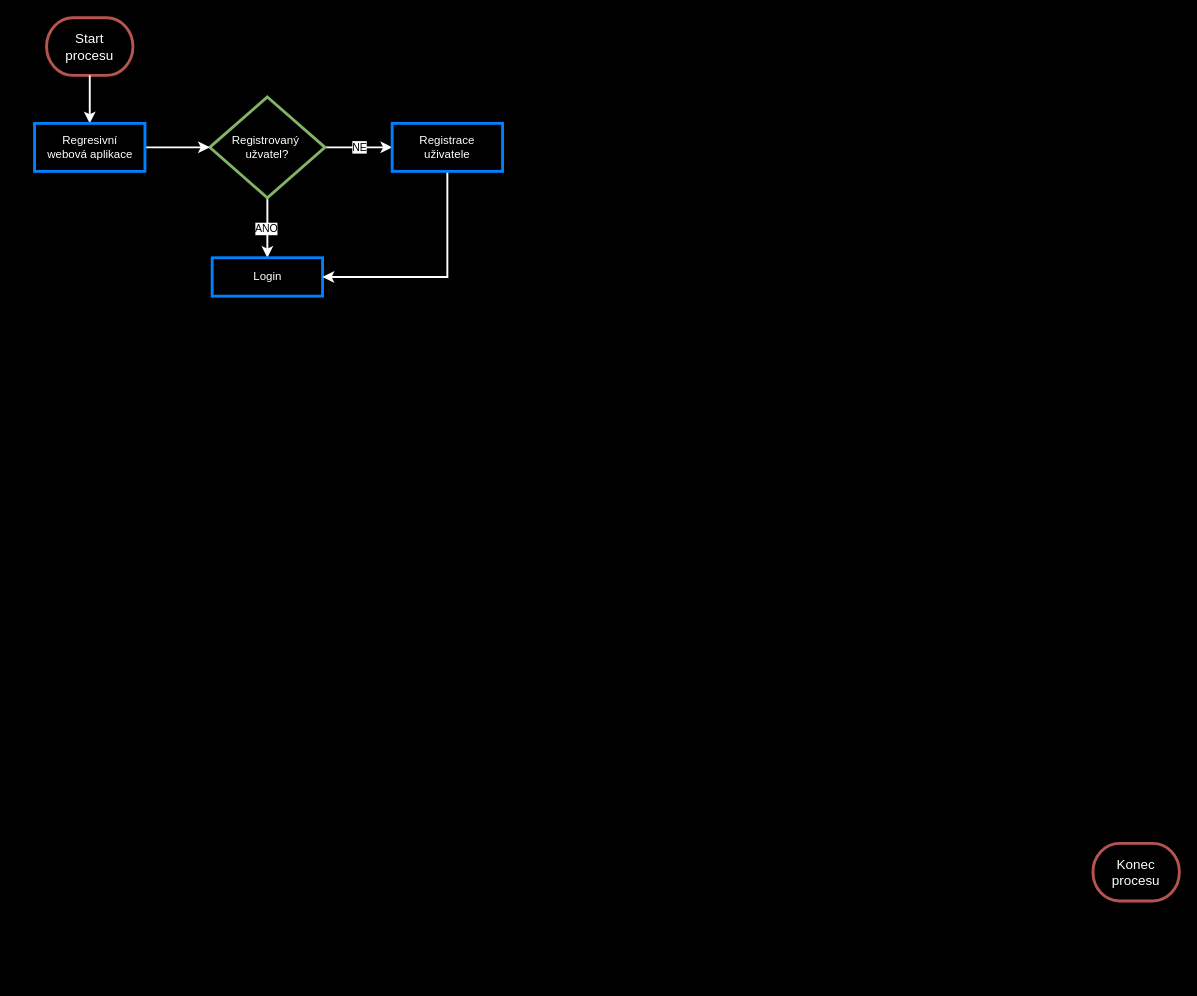
Earlier version of the draw.io diagram asseco_solutions/asseco_solution_case_study_v1.drawio (janbavor/drawio). Source tidied: cells renumbered, new cells numbered last; positions are measured from the earlier drawing's top-left corner, leaving out a move shared by most shapes. Both pictures are drawn from the tidied source at 96%, with x=0, y=0 at pixel (35, 17).
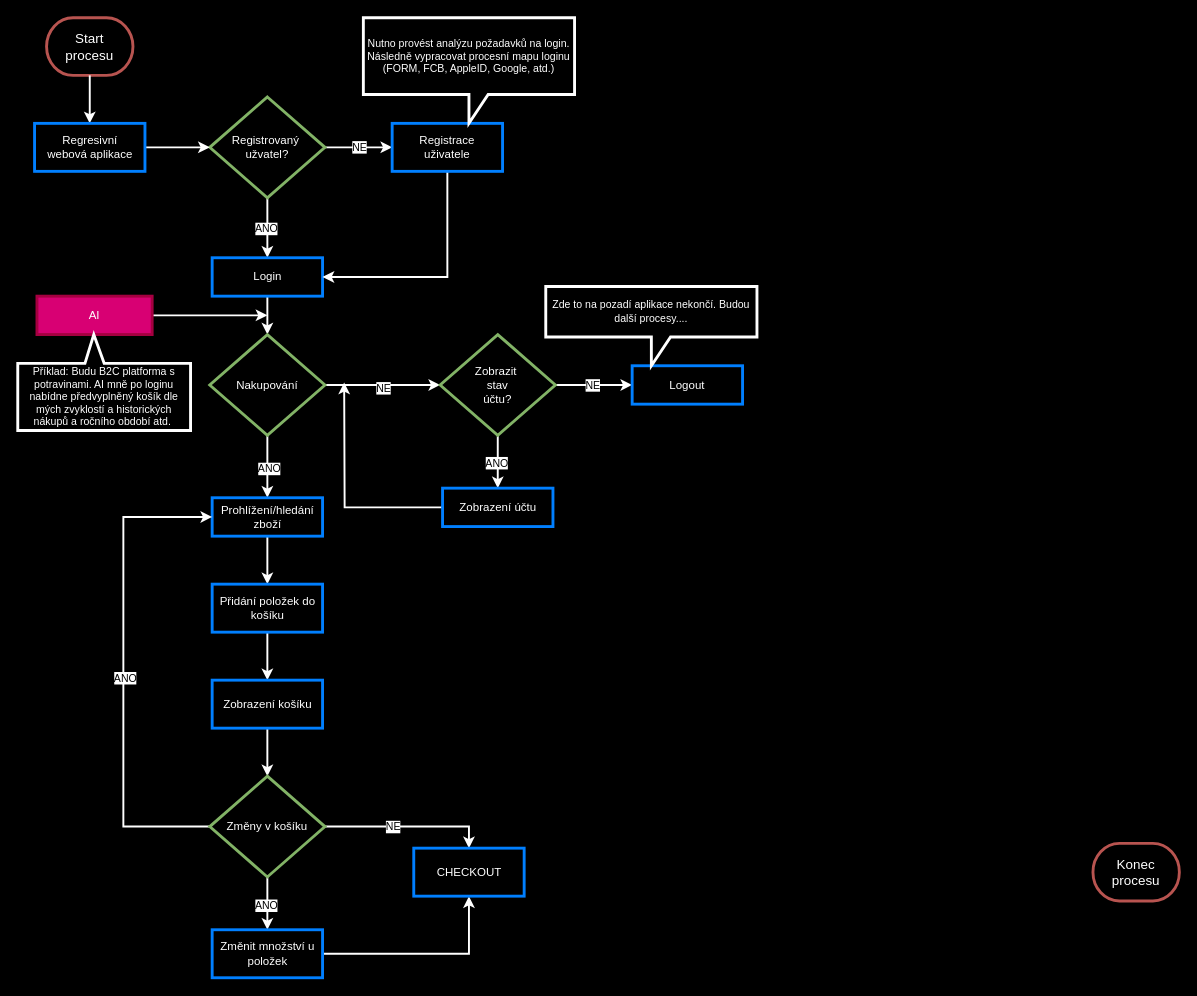
Above is the later version.

Unchanged cells that the change refers to:
```xml
<mxCell id="13" value="&lt;font color=&quot;#ffffff&quot;&gt;Login&lt;/font&gt;" style="whiteSpace=wrap;html=1;fillColor=none;strokeColor=#007FFF;strokeWidth=3;fillStyle=auto;" parent="1" vertex="1">
  <mxGeometry x="184.5" y="250" width="115" height="40" as="geometry" />
</mxCell>
```

Change to the diagram source:
```diff
@@
+    <mxCell id="19" style="edgeStyle=orthogonalEdgeStyle;shape=connector;rounded=0;jettySize=auto;html=1;entryX=0.5;entryY=0;entryDx=0;entryDy=0;labelBackgroundColor=default;strokeColor=#FFFFFF;strokeWidth=2;align=center;verticalAlign=middle;fontFamily=Helvetica;fontSize=11;fontColor=default;endArrow=classic;" parent="1" edge="1" source="13" target="24">
+      <mxGeometry relative="1" as="geometry" />
+    </mxCell>
@@
+    <mxCell id="20" style="edgeStyle=orthogonalEdgeStyle;shape=connector;rounded=0;jettySize=auto;html=1;exitX=1;exitY=0.5;exitDx=0;exitDy=0;entryX=0;entryY=0.5;entryDx=0;entryDy=0;labelBackgroundColor=default;strokeColor=#FFFFFF;strokeWidth=2;align=center;verticalAlign=middle;fontFamily=Helvetica;fontSize=11;fontColor=default;endArrow=classic;" parent="1" edge="1" source="24" target="29">
+      <mxGeometry relative="1" as="geometry" />
+    </mxCell>
+    <mxCell id="21" value="NE" style="edgeLabel;html=1;align=center;verticalAlign=middle;fontSize=11;fontFamily=Helvetica;fontColor=default;" parent="20" vertex="1">
+      <mxGeometry y="-3" relative="1" as="geometry" />
+    </mxCell>
+    <mxCell id="22" style="edgeStyle=orthogonalEdgeStyle;shape=connector;rounded=0;jettySize=auto;html=1;entryX=0.5;entryY=0;entryDx=0;entryDy=0;labelBackgroundColor=default;strokeColor=#FFFFFF;strokeWidth=2;align=center;verticalAlign=middle;fontFamily=Helvetica;fontSize=11;fontColor=default;endArrow=classic;" parent="1" edge="1" source="24" target="36">
+      <mxGeometry relative="1" as="geometry" />
+    </mxCell>
+    <mxCell id="23" value="&lt;span style=&quot;white-space: pre;&quot;&gt;ANO&lt;/span&gt;" style="edgeLabel;html=1;align=center;verticalAlign=middle;fontSize=11;fontFamily=Helvetica;fontColor=default;" parent="22" vertex="1">
+      <mxGeometry x="0.05" y="1" relative="1" as="geometry" />
+    </mxCell>
+    <mxCell id="24" value="&lt;font color=&quot;#ffffff&quot;&gt;Nakupování&lt;br&gt;&lt;/font&gt;" style="rhombus;whiteSpace=wrap;html=1;fillColor=none;strokeColor=#82b366;strokeWidth=3;fillStyle=auto;" parent="1" vertex="1">
+      <mxGeometry x="182" y="330" width="120" height="105" as="geometry" />
+    </mxCell>
+    <mxCell id="25" style="edgeStyle=orthogonalEdgeStyle;shape=connector;rounded=0;jettySize=auto;html=1;exitX=1;exitY=0.5;exitDx=0;exitDy=0;labelBackgroundColor=default;strokeColor=#FFFFFF;strokeWidth=2;align=center;verticalAlign=middle;fontFamily=Helvetica;fontSize=11;fontColor=default;endArrow=classic;" parent="1" edge="1" source="29" target="30">
+      <mxGeometry relative="1" as="geometry" />
+    </mxCell>
+    <mxCell id="26" value="NE" style="edgeLabel;html=1;align=center;verticalAlign=middle;fontSize=11;fontFamily=Helvetica;fontColor=default;" parent="25" vertex="1">
+      <mxGeometry x="-0.04" relative="1" as="geometry" />
+    </mxCell>
+    <mxCell id="27" style="edgeStyle=orthogonalEdgeStyle;shape=connector;rounded=0;jettySize=auto;html=1;exitX=0.5;exitY=1;exitDx=0;exitDy=0;entryX=0.5;entryY=0;entryDx=0;entryDy=0;labelBackgroundColor=default;strokeColor=#FFFFFF;strokeWidth=2;align=center;verticalAlign=middle;fontFamily=Helvetica;fontSize=11;fontColor=default;endArrow=classic;" parent="1" edge="1" source="29" target="32">
+      <mxGeometry relative="1" as="geometry" />
+    </mxCell>
+    <mxCell id="28" value="ANO" style="edgeLabel;html=1;align=center;verticalAlign=middle;fontSize=11;fontFamily=Helvetica;fontColor=default;" parent="27" vertex="1">
+      <mxGeometry y="-2" relative="1" as="geometry" />
+    </mxCell>
+    <mxCell id="29" value="&lt;font color=&quot;#ffffff&quot;&gt;Zobrazit&amp;nbsp;&lt;br&gt;stav&lt;br&gt;účtu?&lt;br&gt;&lt;/font&gt;" style="rhombus;whiteSpace=wrap;html=1;fillColor=none;strokeColor=#82b366;strokeWidth=3;fillStyle=auto;" parent="1" vertex="1">
+      <mxGeometry x="422" y="330" width="120" height="105" as="geometry" />
+    </mxCell>
+    <mxCell id="30" value="&lt;font color=&quot;#ffffff&quot;&gt;Logout&lt;/font&gt;" style="whiteSpace=wrap;html=1;fillColor=none;strokeColor=#007FFF;strokeWidth=3;fillStyle=auto;" parent="1" vertex="1">
+      <mxGeometry x="622" y="362.5" width="115" height="40" as="geometry" />
+    </mxCell>
+    <mxCell id="31" style="edgeStyle=orthogonalEdgeStyle;shape=connector;rounded=0;jettySize=auto;html=1;labelBackgroundColor=default;strokeColor=#FFFFFF;strokeWidth=2;align=center;verticalAlign=middle;fontFamily=Helvetica;fontSize=11;fontColor=default;endArrow=classic;" parent="1" edge="1" source="32">
+      <mxGeometry relative="1" as="geometry">
+        <mxPoint x="322" y="380" as="targetPoint" />
+      </mxGeometry>
+    </mxCell>
+    <mxCell id="32" value="&lt;font color=&quot;#ffffff&quot;&gt;Zobrazení účtu&lt;/font&gt;" style="whiteSpace=wrap;html=1;fillColor=none;strokeColor=#007FFF;strokeWidth=3;fillStyle=auto;" parent="1" vertex="1">
+      <mxGeometry x="424.5" y="490" width="115" height="40" as="geometry" />
+    </mxCell>
+    <mxCell id="33" style="edgeStyle=orthogonalEdgeStyle;shape=connector;rounded=0;jettySize=auto;html=1;labelBackgroundColor=default;strokeColor=#FFFFFF;strokeWidth=2;align=center;verticalAlign=middle;fontFamily=Helvetica;fontSize=11;fontColor=default;endArrow=classic;" parent="1" edge="1" source="34">
+      <mxGeometry relative="1" as="geometry">
+        <mxPoint x="242" y="310" as="targetPoint" />
+      </mxGeometry>
+    </mxCell>
+    <mxCell id="34" value="&lt;font color=&quot;#ffffff&quot;&gt;AI&lt;/font&gt;" style="whiteSpace=wrap;html=1;fillColor=#d80073;strokeColor=#A50040;strokeWidth=3;fillStyle=auto;glass=0;fontColor=#ffffff;" parent="1" vertex="1">
+      <mxGeometry x="2" y="290" width="120" height="40" as="geometry" />
+    </mxCell>
+    <mxCell id="35" style="edgeStyle=orthogonalEdgeStyle;shape=connector;rounded=0;jettySize=auto;html=1;entryX=0.5;entryY=0;entryDx=0;entryDy=0;labelBackgroundColor=default;strokeColor=#FFFFFF;strokeWidth=2;align=center;verticalAlign=middle;fontFamily=Helvetica;fontSize=11;fontColor=default;endArrow=classic;" parent="1" edge="1" source="36" target="41">
+      <mxGeometry relative="1" as="geometry" />
+    </mxCell>
+    <mxCell id="36" value="&lt;font color=&quot;#ffffff&quot;&gt;Prohlížení/hledání&lt;br&gt;zboží&lt;br&gt;&lt;/font&gt;" style="whiteSpace=wrap;html=1;fillColor=none;strokeColor=#007FFF;strokeWidth=3;fillStyle=auto;" parent="1" vertex="1">
+      <mxGeometry x="184.5" y="500" width="115" height="40" as="geometry" />
+    </mxCell>
+    <mxCell id="37" value="Nutno provést analýzu požadavků na login. Následně vypracovat procesní mapu loginu (FORM, FCB, AppleID, Google, atd.)" style="shape=callout;whiteSpace=wrap;html=1;perimeter=calloutPerimeter;fontFamily=Helvetica;fontSize=11;fillColor=none;strokeColor=#FFFFFF;fontColor=#FFFFFF;strokeWidth=3;" parent="1" vertex="1">
+      <mxGeometry x="342" width="220" height="110" as="geometry" />
+    </mxCell>
+    <mxCell id="38" value="Příklad: Budu B2C platforma s potravinami. AI mně po loginu nabídne předvyplněný košík dle mých zvyklostí a historických nákupů a ročního období atd.&amp;nbsp;" style="shape=callout;whiteSpace=wrap;html=1;perimeter=calloutPerimeter;fontFamily=Helvetica;fontSize=11;fillColor=none;strokeColor=#FFFFFF;fontColor=#FFFFFF;strokeWidth=3;position2=0.56;direction=west;" parent="1" vertex="1">
+      <mxGeometry x="-18" y="330" width="180" height="100" as="geometry" />
+    </mxCell>
+    <mxCell id="39" value="Zde to na pozadí aplikace nekončí. Budou další procesy...." style="shape=callout;whiteSpace=wrap;html=1;perimeter=calloutPerimeter;fontFamily=Helvetica;fontSize=11;fillColor=none;strokeColor=#FFFFFF;fontColor=#FFFFFF;strokeWidth=3;" parent="1" vertex="1">
+      <mxGeometry x="532" y="280" width="220" height="82.5" as="geometry" />
+    </mxCell>
+    <mxCell id="40" style="edgeStyle=orthogonalEdgeStyle;shape=connector;rounded=0;jettySize=auto;html=1;entryX=0.5;entryY=0;entryDx=0;entryDy=0;labelBackgroundColor=default;strokeColor=#FFFFFF;strokeWidth=2;align=center;verticalAlign=middle;fontFamily=Helvetica;fontSize=11;fontColor=default;endArrow=classic;" parent="1" edge="1" source="41" target="43">
+      <mxGeometry relative="1" as="geometry" />
+    </mxCell>
+    <mxCell id="41" value="&lt;font color=&quot;#ffffff&quot;&gt;Přidání položek do košíku&lt;br&gt;&lt;/font&gt;" style="whiteSpace=wrap;html=1;fillColor=none;strokeColor=#007FFF;strokeWidth=3;fillStyle=auto;" parent="1" vertex="1">
+      <mxGeometry x="184.5" y="590" width="115" height="50" as="geometry" />
+    </mxCell>
+    <mxCell id="42" style="edgeStyle=orthogonalEdgeStyle;shape=connector;rounded=0;jettySize=auto;html=1;exitX=0.5;exitY=1;exitDx=0;exitDy=0;entryX=0.5;entryY=0;entryDx=0;entryDy=0;labelBackgroundColor=default;strokeColor=#FFFFFF;strokeWidth=2;align=center;verticalAlign=middle;fontFamily=Helvetica;fontSize=11;fontColor=default;endArrow=classic;" parent="1" edge="1" source="43" target="50">
+      <mxGeometry relative="1" as="geometry" />
+    </mxCell>
+    <mxCell id="43" value="&lt;font color=&quot;#ffffff&quot;&gt;Zobrazení košíku&lt;br&gt;&lt;/font&gt;" style="whiteSpace=wrap;html=1;fillColor=none;strokeColor=#007FFF;strokeWidth=3;fillStyle=auto;" parent="1" vertex="1">
+      <mxGeometry x="184.5" y="690" width="115" height="50" as="geometry" />
+    </mxCell>
+    <mxCell id="44" style="edgeStyle=orthogonalEdgeStyle;shape=connector;rounded=0;jettySize=auto;html=1;exitX=0;exitY=0.5;exitDx=0;exitDy=0;entryX=0;entryY=0.5;entryDx=0;entryDy=0;labelBackgroundColor=default;strokeColor=#FFFFFF;strokeWidth=2;align=center;verticalAlign=middle;fontFamily=Helvetica;fontSize=11;fontColor=default;endArrow=classic;" parent="1" edge="1" source="50" target="36">
+      <mxGeometry relative="1" as="geometry">
+        <Array as="points">
+          <mxPoint x="92" y="843" />
+          <mxPoint x="92" y="520" />
+        </Array>
+      </mxGeometry>
+    </mxCell>
+    <mxCell id="45" value="ANO" style="edgeLabel;html=1;align=center;verticalAlign=middle;fontSize=11;fontFamily=Helvetica;fontColor=default;" parent="44" vertex="1">
+      <mxGeometry x="-0.03" y="-1" relative="1" as="geometry" />
+    </mxCell>
+    <mxCell id="46" style="edgeStyle=orthogonalEdgeStyle;shape=connector;rounded=0;jettySize=auto;html=1;exitX=0.5;exitY=1;exitDx=0;exitDy=0;entryX=0.5;entryY=0;entryDx=0;entryDy=0;labelBackgroundColor=default;strokeColor=#FFFFFF;strokeWidth=2;align=center;verticalAlign=middle;fontFamily=Helvetica;fontSize=11;fontColor=default;endArrow=classic;" parent="1" edge="1" source="50" target="52">
+      <mxGeometry relative="1" as="geometry" />
+    </mxCell>
+    <mxCell id="47" value="ANO" style="edgeLabel;html=1;align=center;verticalAlign=middle;fontSize=11;fontFamily=Helvetica;fontColor=default;" parent="46" vertex="1">
+      <mxGeometry x="0.05" y="-2" relative="1" as="geometry" />
+    </mxCell>
+    <mxCell id="48" style="edgeStyle=orthogonalEdgeStyle;shape=connector;rounded=0;jettySize=auto;html=1;exitX=1;exitY=0.5;exitDx=0;exitDy=0;entryX=0.5;entryY=0;entryDx=0;entryDy=0;labelBackgroundColor=default;strokeColor=#FFFFFF;strokeWidth=2;align=center;verticalAlign=middle;fontFamily=Helvetica;fontSize=11;fontColor=default;endArrow=classic;" parent="1" edge="1" source="50" target="53">
+      <mxGeometry relative="1" as="geometry" />
+    </mxCell>
+    <mxCell id="49" value="NE" style="edgeLabel;html=1;align=center;verticalAlign=middle;fontSize=11;fontFamily=Helvetica;fontColor=default;" parent="48" vertex="1">
+      <mxGeometry x="-0.19" relative="1" as="geometry" />
+    </mxCell>
+    <mxCell id="50" value="&lt;font color=&quot;#ffffff&quot;&gt;Změny v košíku&lt;br&gt;&lt;/font&gt;" style="rhombus;whiteSpace=wrap;html=1;fillColor=none;strokeColor=#82b366;strokeWidth=3;fillStyle=auto;" parent="1" vertex="1">
+      <mxGeometry x="182" y="790" width="120" height="105" as="geometry" />
+    </mxCell>
+    <mxCell id="51" style="edgeStyle=orthogonalEdgeStyle;shape=connector;rounded=0;jettySize=auto;html=1;exitX=1;exitY=0.5;exitDx=0;exitDy=0;entryX=0.5;entryY=1;entryDx=0;entryDy=0;labelBackgroundColor=default;strokeColor=#FFFFFF;strokeWidth=2;align=center;verticalAlign=middle;fontFamily=Helvetica;fontSize=11;fontColor=default;endArrow=classic;" parent="1" edge="1" source="52" target="53">
+      <mxGeometry relative="1" as="geometry" />
+    </mxCell>
+    <mxCell id="52" value="&lt;font color=&quot;#ffffff&quot;&gt;Změnit množství u položek&lt;br&gt;&lt;/font&gt;" style="whiteSpace=wrap;html=1;fillColor=none;strokeColor=#007FFF;strokeWidth=3;fillStyle=auto;" parent="1" vertex="1">
+      <mxGeometry x="184.5" y="950" width="115" height="50" as="geometry" />
+    </mxCell>
+    <mxCell id="53" value="&lt;font color=&quot;#ffffff&quot;&gt;CHECKOUT&lt;br&gt;&lt;/font&gt;" style="whiteSpace=wrap;html=1;fillColor=none;strokeColor=#007FFF;strokeWidth=3;fillStyle=auto;" parent="1" vertex="1">
+      <mxGeometry x="394.5" y="865" width="115" height="50" as="geometry" />
+    </mxCell>
```
